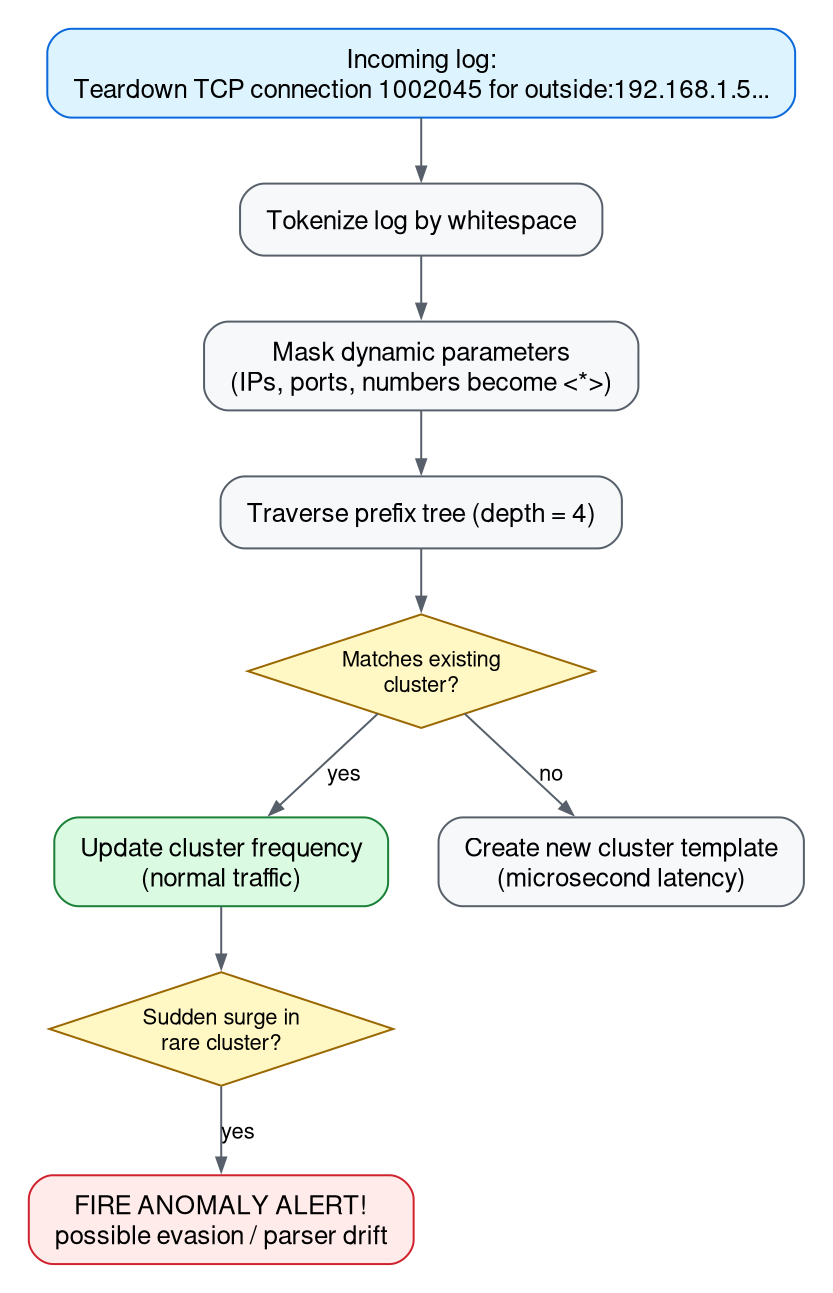
Earlier version of the Graphviz export docs/diagrams/drain-anomaly-flow.png (animishraa05/layaRustparser). Its source is kept beside it as docs/diagrams/drain-anomaly-flow.dot. Source of this version:
```dot
digraph drain_anomaly_flow {
  graph [rankdir=TB, bgcolor="white", pad="0.2", nodesep="0.35", ranksep="0.45", fontname="Helvetica"];
  node [shape="box", style="filled,rounded", fillcolor="#f6f8fa", color="#57606a", fontname="Helvetica", fontsize="13", margin="0.18,0.10"];
  edge [color="#57606a", fontname="Helvetica", fontsize="11", arrowsize="0.7"];

  incoming [label="Incoming log:\nTeardown TCP connection 1002045 for outside:192.168.1.5...", fillcolor="#ddf4ff", color="#0969da"];
  t1 [label="Tokenize log by whitespace"];
  t2 [label="Mask dynamic parameters\n(IPs, ports, numbers become <*>)"];
  t3 [label="Traverse prefix tree (depth = 4)"];
  match [label="Matches existing\ncluster?", shape=diamond, style=filled, fillcolor="#fff8c5", color="#9a6700", fontsize="11", margin="0.05,0.02"];
  known [label="Update cluster frequency\n(normal traffic)", fillcolor="#dafbe1", color="#1a7f37"];
  surge [label="Sudden surge in\nrare cluster?", shape=diamond, style=filled, fillcolor="#fff8c5", color="#9a6700", fontsize="11", margin="0.05,0.02"];
  alert [label="FIRE ANOMALY ALERT!\npossible evasion / parser drift", fillcolor="#ffebe9", color="#cf222e"];
  newc  [label="Create new cluster template\n(microsecond latency)"];

  incoming -> t1 -> t2 -> t3 -> match;
  match -> known [label="yes"];
  known -> surge;
  surge -> alert [label="yes"];
  match -> newc [label="no"];
}
```
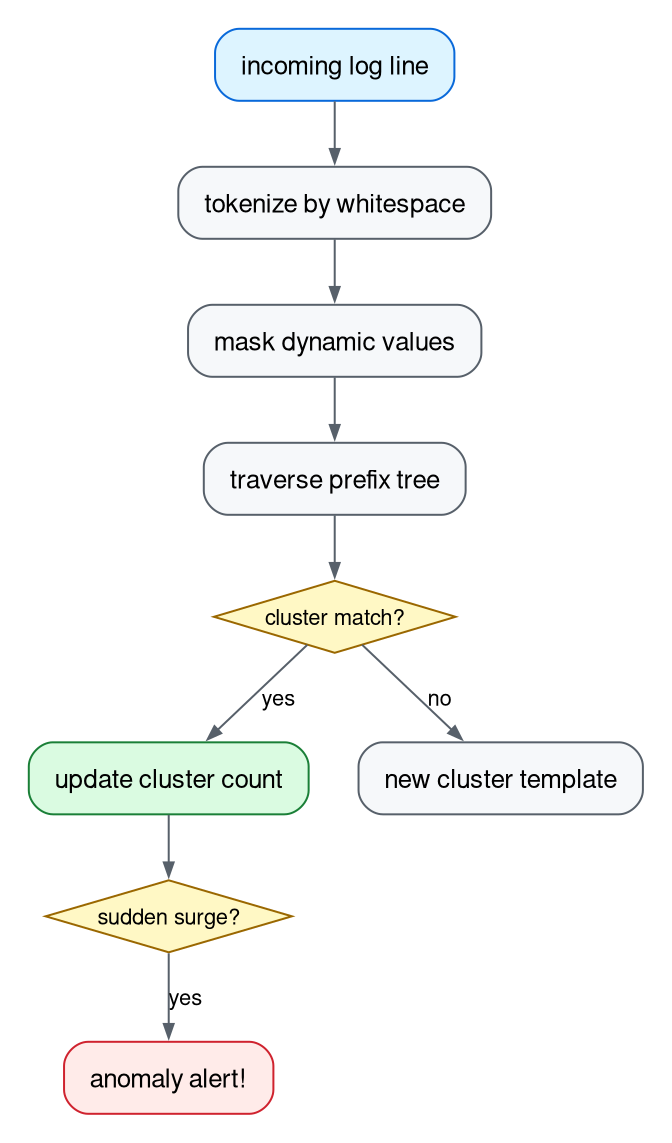
The same file after the commit.

What changed in the source:
```diff
@@ -3,15 +3,15 @@
   node [shape="box", style="filled,rounded", fillcolor="#f6f8fa", color="#57606a", fontname="Helvetica", fontsize="13", margin="0.18,0.10"];
   edge [color="#57606a", fontname="Helvetica", fontsize="11", arrowsize="0.7"];
 
-  incoming [label="Incoming log:\nTeardown TCP connection 1002045 for outside:192.168.1.5...", fillcolor="#ddf4ff", color="#0969da"];
-  t1 [label="Tokenize log by whitespace"];
-  t2 [label="Mask dynamic parameters\n(IPs, ports, numbers become <*>)"];
-  t3 [label="Traverse prefix tree (depth = 4)"];
-  match [label="Matches existing\ncluster?", shape=diamond, style=filled, fillcolor="#fff8c5", color="#9a6700", fontsize="11", margin="0.05,0.02"];
-  known [label="Update cluster frequency\n(normal traffic)", fillcolor="#dafbe1", color="#1a7f37"];
-  surge [label="Sudden surge in\nrare cluster?", shape=diamond, style=filled, fillcolor="#fff8c5", color="#9a6700", fontsize="11", margin="0.05,0.02"];
-  alert [label="FIRE ANOMALY ALERT!\npossible evasion / parser drift", fillcolor="#ffebe9", color="#cf222e"];
-  newc  [label="Create new cluster template\n(microsecond latency)"];
+  incoming [label="incoming log line", fillcolor="#ddf4ff", color="#0969da"];
+  t1 [label="tokenize by whitespace"];
+  t2 [label="mask dynamic values"];
+  t3 [label="traverse prefix tree"];
+  match [label="cluster match?", shape=diamond, style=filled, fillcolor="#fff8c5", color="#9a6700", fontsize="11", margin="0.05,0.02"];
+  known [label="update cluster count", fillcolor="#dafbe1", color="#1a7f37"];
+  surge [label="sudden surge?", shape=diamond, style=filled, fillcolor="#fff8c5", color="#9a6700", fontsize="11", margin="0.05,0.02"];
+  alert [label="anomaly alert!", fillcolor="#ffebe9", color="#cf222e"];
+  newc  [label="new cluster template"];
 
   incoming -> t1 -> t2 -> t3 -> match;
   match -> known [label="yes"];
```
